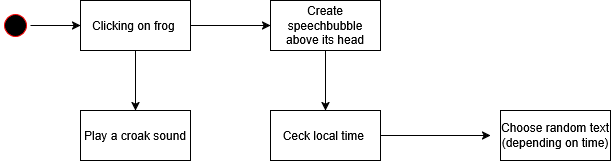
RyhoBtw/FrogIT keeps this draw.io diagram as docs/Behavior_FrogOnClick.png. Above is the earlier version. Source tidied: cells renumbered, new cells last; positions are measured from the earlier drawing's top-left corner, leaving out a move shared by most shapes. Its diagram source:
```xml
<mxGraphModel>
  <root>
    <mxCell id="0" />
    <mxCell id="1" parent="0" />
    <mxCell id="2" style="edgeStyle=orthogonalEdgeStyle;rounded=0;jettySize=auto;html=1;" parent="1" edge="1" source="3">
      <mxGeometry relative="1" as="geometry">
        <mxPoint x="80" y="25" as="targetPoint" />
      </mxGeometry>
    </mxCell>
    <mxCell id="3" style="ellipse;html=1;shape=startState;fillColor=#000000;strokeColor=#ff0000;" parent="1" vertex="1">
      <mxGeometry y="10" width="30" height="30" as="geometry" />
    </mxCell>
    <mxCell id="4" style="edgeStyle=orthogonalEdgeStyle;rounded=0;jettySize=auto;html=1;" parent="1" edge="1" source="5" target="12">
      <mxGeometry relative="1" as="geometry" />
    </mxCell>
    <mxCell id="5" value="Clicking on frog&amp;nbsp;" style="html=1;whiteSpace=wrap;" parent="1" vertex="1">
      <mxGeometry x="80" width="110" height="50" as="geometry" />
    </mxCell>
    <mxCell id="6" style="edgeStyle=orthogonalEdgeStyle;rounded=0;jettySize=auto;html=1;" parent="1" edge="1" source="5" target="8">
      <mxGeometry relative="1" as="geometry" />
    </mxCell>
    <mxCell id="7" style="edgeStyle=orthogonalEdgeStyle;rounded=0;jettySize=auto;html=1;entryX=0.5;entryY=0;entryDx=0;entryDy=0;" parent="1" edge="1" source="8" target="11">
      <mxGeometry relative="1" as="geometry" />
    </mxCell>
    <mxCell id="8" value="Create speechbubble above its head" style="html=1;whiteSpace=wrap;" parent="1" vertex="1">
      <mxGeometry x="270" width="110" height="50" as="geometry" />
    </mxCell>
    <mxCell id="9" value="Choose random text (depending on time)" style="html=1;whiteSpace=wrap;" parent="1" vertex="1">
      <mxGeometry x="500" y="110" width="110" height="50" as="geometry" />
    </mxCell>
    <mxCell id="10" style="edgeStyle=orthogonalEdgeStyle;rounded=0;jettySize=auto;html=1;" parent="1" edge="1" source="11">
      <mxGeometry relative="1" as="geometry">
        <mxPoint x="490" y="135" as="targetPoint" />
      </mxGeometry>
    </mxCell>
    <mxCell id="11" value="Ceck local time&amp;nbsp;" style="html=1;whiteSpace=wrap;" parent="1" vertex="1">
      <mxGeometry x="270" y="110" width="110" height="50" as="geometry" />
    </mxCell>
    <mxCell id="12" value="Play a croak sound" style="html=1;whiteSpace=wrap;" parent="1" vertex="1">
      <mxGeometry x="80" y="110" width="110" height="50" as="geometry" />
    </mxCell>
  </root>
</mxGraphModel>
```
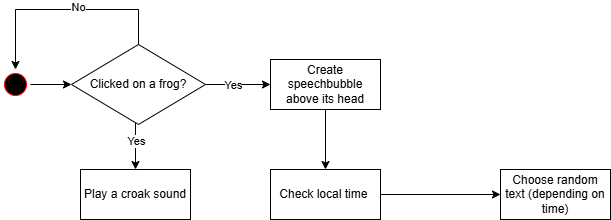
The same file after the commit.

Diff of the diagram source:
```diff
@@ -2,42 +2,57 @@
   <root>
     <mxCell id="0" />
     <mxCell id="1" parent="0" />
-    <mxCell id="2" style="edgeStyle=orthogonalEdgeStyle;rounded=0;jettySize=auto;html=1;" parent="1" edge="1" source="3">
-      <mxGeometry relative="1" as="geometry">
-        <mxPoint x="80" y="25" as="targetPoint" />
-      </mxGeometry>
-    </mxCell>
-    <mxCell id="3" style="ellipse;html=1;shape=startState;fillColor=#000000;strokeColor=#ff0000;" parent="1" vertex="1">
-      <mxGeometry y="10" width="30" height="30" as="geometry" />
-    </mxCell>
-    <mxCell id="4" style="edgeStyle=orthogonalEdgeStyle;rounded=0;jettySize=auto;html=1;" parent="1" edge="1" source="5" target="12">
-      <mxGeometry relative="1" as="geometry" />
-    </mxCell>
-    <mxCell id="5" value="Clicking on frog&amp;nbsp;" style="html=1;whiteSpace=wrap;" parent="1" vertex="1">
-      <mxGeometry x="80" width="110" height="50" as="geometry" />
-    </mxCell>
-    <mxCell id="6" style="edgeStyle=orthogonalEdgeStyle;rounded=0;jettySize=auto;html=1;" parent="1" edge="1" source="5" target="8">
-      <mxGeometry relative="1" as="geometry" />
-    </mxCell>
-    <mxCell id="7" style="edgeStyle=orthogonalEdgeStyle;rounded=0;jettySize=auto;html=1;entryX=0.5;entryY=0;entryDx=0;entryDy=0;" parent="1" edge="1" source="8" target="11">
-      <mxGeometry relative="1" as="geometry" />
-    </mxCell>
+    <mxCell id="13" style="edgeStyle=orthogonalEdgeStyle;rounded=0;jettySize=auto;html=1;entryX=0;entryY=0.5;entryDx=0;entryDy=0;" parent="1" edge="1" source="14" target="22">
+      <mxGeometry relative="1" as="geometry" />
+    </mxCell>
+    <mxCell id="14" style="ellipse;html=1;shape=startState;fillColor=#000000;strokeColor=#ff0000;" parent="1" vertex="1">
+      <mxGeometry y="10" width="30" height="30" as="geometry" />
+    </mxCell>
+    <mxCell id="15" style="edgeStyle=orthogonalEdgeStyle;rounded=0;jettySize=auto;html=1;" parent="1" edge="1" target="12">
+      <mxGeometry relative="1" as="geometry">
+        <mxPoint x="135" y="50" as="sourcePoint" />
+      </mxGeometry>
+    </mxCell>
+    <mxCell id="16" value="Yes" style="edgeLabel;html=1;align=center;verticalAlign=middle;" parent="15" vertex="1">
+      <mxGeometry x="0.03" relative="1" as="geometry" />
+    </mxCell>
+    <mxCell id="17" style="edgeStyle=orthogonalEdgeStyle;rounded=0;jettySize=auto;html=1;exitX=1;exitY=0.5;exitDx=0;exitDy=0;" parent="1" edge="1" source="22" target="8">
+      <mxGeometry relative="1" as="geometry" />
+    </mxCell>
+    <mxCell id="18" value="Yes" style="edgeLabel;html=1;align=center;verticalAlign=middle;" parent="17" vertex="1">
+      <mxGeometry x="-0.17" relative="1" as="geometry" />
+    </mxCell>
+    <mxCell id="19" style="edgeStyle=orthogonalEdgeStyle;rounded=0;jettySize=auto;html=1;entryX=0.5;entryY=0;entryDx=0;entryDy=0;" parent="1" edge="1" source="8" target="21">
+      <mxGeometry relative="1" as="geometry" />
+    </mxCell>
     <mxCell id="8" value="Create speechbubble above its head" style="html=1;whiteSpace=wrap;" parent="1" vertex="1">
       <mxGeometry x="270" width="110" height="50" as="geometry" />
     </mxCell>
     <mxCell id="9" value="Choose random text (depending on time)" style="html=1;whiteSpace=wrap;" parent="1" vertex="1">
       <mxGeometry x="500" y="110" width="110" height="50" as="geometry" />
     </mxCell>
-    <mxCell id="10" style="edgeStyle=orthogonalEdgeStyle;rounded=0;jettySize=auto;html=1;" parent="1" edge="1" source="11">
-      <mxGeometry relative="1" as="geometry">
-        <mxPoint x="490" y="135" as="targetPoint" />
-      </mxGeometry>
-    </mxCell>
-    <mxCell id="11" value="Ceck local time&amp;nbsp;" style="html=1;whiteSpace=wrap;" parent="1" vertex="1">
-      <mxGeometry x="270" y="110" width="110" height="50" as="geometry" />
-    </mxCell>
+    <mxCell id="20" style="edgeStyle=orthogonalEdgeStyle;rounded=0;jettySize=auto;html=1;entryX=0;entryY=0.5;entryDx=0;entryDy=0;" parent="1" edge="1" source="21" target="9">
+      <mxGeometry relative="1" as="geometry" />
+    </mxCell>
+    <mxCell id="21" value="Check local time&amp;nbsp;" style="html=1;whiteSpace=wrap;" parent="1" vertex="1">
+      <mxGeometry x="270" y="110" width="110" height="50" as="geometry" />
+    </mxCell>
     <mxCell id="12" value="Play a croak sound" style="html=1;whiteSpace=wrap;" parent="1" vertex="1">
       <mxGeometry x="80" y="110" width="110" height="50" as="geometry" />
     </mxCell>
+    <mxCell id="22" value="Clicked on a frog?" style="rhombus;whiteSpace=wrap;html=1;" parent="1" vertex="1">
+      <mxGeometry x="71" y="-15" width="134" height="80" as="geometry" />
+    </mxCell>
+    <mxCell id="23" style="endArrow=classic;html=1;rounded=0;exitX=0.5;exitY=0;exitDx=0;exitDy=0;entryX=0.5;entryY=0;entryDx=0;entryDy=0;" parent="1" edge="1" source="22" target="14">
+      <mxGeometry relative="1" as="geometry">
+        <Array as="points">
+          <mxPoint x="138" y="-50" />
+          <mxPoint x="15" y="-50" />
+        </Array>
+      </mxGeometry>
+    </mxCell>
+    <mxCell id="24" value="No" style="edgeLabel;html=1;align=center;verticalAlign=middle;" parent="23" vertex="1">
+      <mxGeometry x="-0.12" y="-3" relative="1" as="geometry" />
+    </mxCell>
   </root>
 </mxGraphModel>
```
